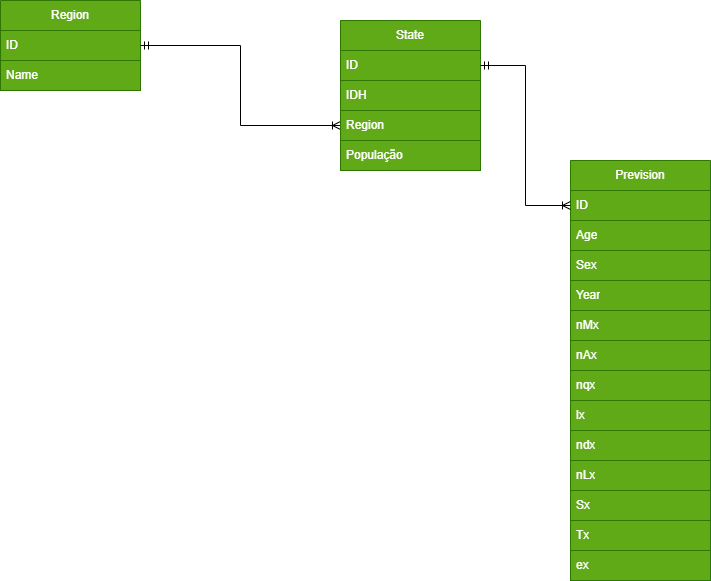
The draw.io diagram database/lifeProjection.drawio.png in JoaoGabrielPereiraLopes/LifeProjection, before a commit. Source tidied: cells renumbered, new cells last; positions are measured from the earlier drawing's top-left corner, leaving out a move shared by most shapes.
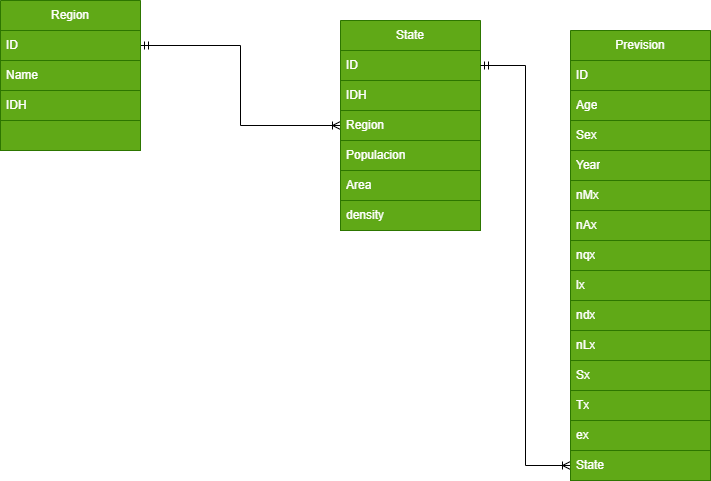
Above is the later version.

Change to the diagram source:
```diff
@@ -5,12 +5,6 @@
     <mxCell id="2" value="Region" style="swimlane;fontStyle=0;horizontal=1;startSize=30;whiteSpace=wrap;html=1;fillColor=#60a917;fontColor=#ffffff;strokeColor=#2D7600;" parent="1" vertex="1">
       <mxGeometry width="140" height="90" as="geometry" />
     </mxCell>
-    <mxCell id="3" value="ID" style="text;strokeColor=#2D7600;fillColor=#60a917;align=left;verticalAlign=middle;spacingLeft=4;spacingRight=4;overflow=hidden;points=[[0,0.5],[1,0.5]];portConstraint=eastwest;whiteSpace=wrap;html=1;fontColor=#ffffff;" parent="2" vertex="1">
-      <mxGeometry y="30" width="140" height="30" as="geometry" />
-    </mxCell>
-    <mxCell id="4" value="Name" style="text;strokeColor=#2D7600;fillColor=#60a917;align=left;verticalAlign=middle;spacingLeft=4;spacingRight=4;overflow=hidden;whiteSpace=wrap;html=1;fontColor=#ffffff;" parent="2" vertex="1">
-      <mxGeometry y="60" width="140" height="30" as="geometry" />
-    </mxCell>
     <mxCell id="5" style="edgeStyle=orthogonalEdgeStyle;rounded=0;jettySize=auto;html=1;exitX=1;exitY=0.5;exitDx=0;exitDy=0;entryX=0;entryY=0.5;entryDx=0;entryDy=0;startArrow=ERmandOne;startFill=0;endArrow=ERoneToMany;endFill=0;" parent="1" edge="1" source="3" target="9">
       <mxGeometry relative="1" as="geometry" />
     </mxCell>
@@ -29,53 +23,77 @@
     <mxCell id="10" value="IDH" style="text;strokeColor=#2D7600;fillColor=#60a917;align=left;verticalAlign=middle;spacingLeft=4;spacingRight=4;overflow=hidden;whiteSpace=wrap;html=1;fontColor=#ffffff;" parent="6" vertex="1">
       <mxGeometry y="60" width="140" height="30" as="geometry" />
     </mxCell>
-    <mxCell id="11" value="População" style="text;strokeColor=#2D7600;fillColor=#60a917;align=left;verticalAlign=middle;spacingLeft=4;spacingRight=4;overflow=hidden;whiteSpace=wrap;html=1;fontColor=#ffffff;" parent="1" vertex="1">
+    <mxCell id="11" value="Populacion" style="text;strokeColor=#2D7600;fillColor=#60a917;align=left;verticalAlign=middle;spacingLeft=4;spacingRight=4;overflow=hidden;whiteSpace=wrap;html=1;fontColor=#ffffff;" parent="1" vertex="1">
       <mxGeometry x="340" y="140" width="140" height="30" as="geometry" />
     </mxCell>
+    <mxCell id="3" value="ID" style="text;strokeColor=#2D7600;fillColor=#60a917;align=left;verticalAlign=middle;spacingLeft=4;spacingRight=4;overflow=hidden;points=[[0,0.5],[1,0.5]];portConstraint=eastwest;whiteSpace=wrap;html=1;fontColor=#ffffff;" parent="1" vertex="1">
+      <mxGeometry y="30" width="140" height="30" as="geometry" />
+    </mxCell>
+    <mxCell id="4" value="Name" style="text;strokeColor=#2D7600;fillColor=#60a917;align=left;verticalAlign=middle;spacingLeft=4;spacingRight=4;overflow=hidden;whiteSpace=wrap;html=1;fontColor=#ffffff;" parent="1" vertex="1">
+      <mxGeometry y="60" width="140" height="30" as="geometry" />
+    </mxCell>
+    <mxCell id="27" value="IDH" style="text;strokeColor=#2D7600;fillColor=#60a917;align=left;verticalAlign=middle;spacingLeft=4;spacingRight=4;overflow=hidden;whiteSpace=wrap;html=1;fontColor=#ffffff;" parent="1" vertex="1">
+      <mxGeometry y="90" width="140" height="30" as="geometry" />
+    </mxCell>
+    <mxCell id="28" style="text;strokeColor=#2D7600;fillColor=#60a917;align=left;verticalAlign=middle;spacingLeft=4;spacingRight=4;overflow=hidden;whiteSpace=wrap;html=1;fontColor=#ffffff;" parent="1" vertex="1">
+      <mxGeometry y="120" width="140" height="30" as="geometry" />
+    </mxCell>
+    <mxCell id="29" style="edgeStyle=orthogonalEdgeStyle;rounded=0;jettySize=auto;html=1;exitX=0;exitY=0.5;exitDx=0;exitDy=0;entryX=1;entryY=0.75;entryDx=0;entryDy=0;endArrow=ERmandOne;endFill=0;startArrow=ERoneToMany;startFill=0;" parent="1" edge="1" source="31" target="7">
+      <mxGeometry relative="1" as="geometry" />
+    </mxCell>
+    <mxCell id="30" style="group;" parent="1" vertex="1">
+      <mxGeometry x="570" y="30" width="140" height="450" as="geometry" />
+    </mxCell>
-    <mxCell id="12" value="Prevision" style="swimlane;fontStyle=0;horizontal=1;startSize=30;whiteSpace=wrap;html=1;fillColor=#60a917;fontColor=#ffffff;strokeColor=#2D7600;" parent="1" vertex="1">
-      <mxGeometry x="570" y="160" width="140" height="60" as="geometry" />
+    <mxCell id="12" value="Prevision" style="swimlane;fontStyle=0;horizontal=1;startSize=30;whiteSpace=wrap;html=1;fillColor=#60a917;fontColor=#ffffff;strokeColor=#2D7600;" parent="30" vertex="1">
+      <mxGeometry width="140" height="60" as="geometry" />
     </mxCell>
     <mxCell id="13" value="ID" style="text;strokeColor=#2D7600;fillColor=#60a917;align=left;verticalAlign=middle;spacingLeft=4;spacingRight=4;overflow=hidden;points=[[0,0.5],[1,0.5]];portConstraint=eastwest;whiteSpace=wrap;html=1;fontColor=#ffffff;" parent="12" vertex="1">
       <mxGeometry y="30" width="140" height="30" as="geometry" />
     </mxCell>
-    <mxCell id="14" style="edgeStyle=orthogonalEdgeStyle;rounded=0;jettySize=auto;html=1;exitX=1;exitY=0.5;exitDx=0;exitDy=0;entryX=0;entryY=0.5;entryDx=0;entryDy=0;startArrow=ERmandOne;startFill=0;endArrow=ERoneToMany;endFill=0;" parent="1" edge="1" source="8" target="13">
-      <mxGeometry relative="1" as="geometry" />
-    </mxCell>
-    <mxCell id="15" value="Age" style="text;strokeColor=#2D7600;fillColor=#60a917;align=left;verticalAlign=middle;spacingLeft=4;spacingRight=4;overflow=hidden;whiteSpace=wrap;html=1;fontColor=#ffffff;" parent="1" vertex="1">
-      <mxGeometry x="570" y="220" width="140" height="30" as="geometry" />
+    <mxCell id="15" value="Age" style="text;strokeColor=#2D7600;fillColor=#60a917;align=left;verticalAlign=middle;spacingLeft=4;spacingRight=4;overflow=hidden;whiteSpace=wrap;html=1;fontColor=#ffffff;" parent="30" vertex="1">
+      <mxGeometry y="60" width="140" height="30" as="geometry" />
     </mxCell>
-    <mxCell id="16" value="Sex" style="text;strokeColor=#2D7600;fillColor=#60a917;align=left;verticalAlign=middle;spacingLeft=4;spacingRight=4;overflow=hidden;whiteSpace=wrap;html=1;fontColor=#ffffff;" parent="1" vertex="1">
-      <mxGeometry x="570" y="250" width="140" height="30" as="geometry" />
+    <mxCell id="16" value="Sex" style="text;strokeColor=#2D7600;fillColor=#60a917;align=left;verticalAlign=middle;spacingLeft=4;spacingRight=4;overflow=hidden;whiteSpace=wrap;html=1;fontColor=#ffffff;" parent="30" vertex="1">
+      <mxGeometry y="90" width="140" height="30" as="geometry" />
     </mxCell>
-    <mxCell id="17" value="Year" style="text;strokeColor=#2D7600;fillColor=#60a917;align=left;verticalAlign=middle;spacingLeft=4;spacingRight=4;overflow=hidden;whiteSpace=wrap;html=1;fontColor=#ffffff;" parent="1" vertex="1">
-      <mxGeometry x="570" y="280" width="140" height="30" as="geometry" />
+    <mxCell id="17" value="Year" style="text;strokeColor=#2D7600;fillColor=#60a917;align=left;verticalAlign=middle;spacingLeft=4;spacingRight=4;overflow=hidden;whiteSpace=wrap;html=1;fontColor=#ffffff;" parent="30" vertex="1">
+      <mxGeometry y="120" width="140" height="30" as="geometry" />
     </mxCell>
-    <mxCell id="18" value="nMx" style="text;strokeColor=#2D7600;fillColor=#60a917;align=left;verticalAlign=middle;spacingLeft=4;spacingRight=4;overflow=hidden;whiteSpace=wrap;html=1;fontColor=#ffffff;" parent="1" vertex="1">
-      <mxGeometry x="570" y="310" width="140" height="30" as="geometry" />
+    <mxCell id="18" value="nMx" style="text;strokeColor=#2D7600;fillColor=#60a917;align=left;verticalAlign=middle;spacingLeft=4;spacingRight=4;overflow=hidden;whiteSpace=wrap;html=1;fontColor=#ffffff;" parent="30" vertex="1">
+      <mxGeometry y="150" width="140" height="30" as="geometry" />
     </mxCell>
-    <mxCell id="19" value="nAx" style="text;strokeColor=#2D7600;fillColor=#60a917;align=left;verticalAlign=middle;spacingLeft=4;spacingRight=4;overflow=hidden;whiteSpace=wrap;html=1;fontColor=#ffffff;" parent="1" vertex="1">
-      <mxGeometry x="570" y="340" width="140" height="30" as="geometry" />
+    <mxCell id="19" value="nAx" style="text;strokeColor=#2D7600;fillColor=#60a917;align=left;verticalAlign=middle;spacingLeft=4;spacingRight=4;overflow=hidden;whiteSpace=wrap;html=1;fontColor=#ffffff;" parent="30" vertex="1">
+      <mxGeometry y="180" width="140" height="30" as="geometry" />
     </mxCell>
-    <mxCell id="20" value="nqx" style="text;strokeColor=#2D7600;fillColor=#60a917;align=left;verticalAlign=middle;spacingLeft=4;spacingRight=4;overflow=hidden;whiteSpace=wrap;html=1;fontColor=#ffffff;" parent="1" vertex="1">
-      <mxGeometry x="570" y="370" width="140" height="30" as="geometry" />
+    <mxCell id="20" value="nqx" style="text;strokeColor=#2D7600;fillColor=#60a917;align=left;verticalAlign=middle;spacingLeft=4;spacingRight=4;overflow=hidden;whiteSpace=wrap;html=1;fontColor=#ffffff;" parent="30" vertex="1">
+      <mxGeometry y="210" width="140" height="30" as="geometry" />
     </mxCell>
-    <mxCell id="21" value="lx" style="text;strokeColor=#2D7600;fillColor=#60a917;align=left;verticalAlign=middle;spacingLeft=4;spacingRight=4;overflow=hidden;whiteSpace=wrap;html=1;fontColor=#ffffff;" parent="1" vertex="1">
-      <mxGeometry x="570" y="400" width="140" height="30" as="geometry" />
+    <mxCell id="21" value="lx" style="text;strokeColor=#2D7600;fillColor=#60a917;align=left;verticalAlign=middle;spacingLeft=4;spacingRight=4;overflow=hidden;whiteSpace=wrap;html=1;fontColor=#ffffff;" parent="30" vertex="1">
+      <mxGeometry y="240" width="140" height="30" as="geometry" />
     </mxCell>
-    <mxCell id="22" value="ndx" style="text;strokeColor=#2D7600;fillColor=#60a917;align=left;verticalAlign=middle;spacingLeft=4;spacingRight=4;overflow=hidden;whiteSpace=wrap;html=1;fontColor=#ffffff;" parent="1" vertex="1">
-      <mxGeometry x="570" y="430" width="140" height="30" as="geometry" />
+    <mxCell id="22" value="ndx" style="text;strokeColor=#2D7600;fillColor=#60a917;align=left;verticalAlign=middle;spacingLeft=4;spacingRight=4;overflow=hidden;whiteSpace=wrap;html=1;fontColor=#ffffff;" parent="30" vertex="1">
+      <mxGeometry y="270" width="140" height="30" as="geometry" />
     </mxCell>
-    <mxCell id="23" value="Sx" style="text;strokeColor=#2D7600;fillColor=#60a917;align=left;verticalAlign=middle;spacingLeft=4;spacingRight=4;overflow=hidden;whiteSpace=wrap;html=1;fontColor=#ffffff;" parent="1" vertex="1">
-      <mxGeometry x="570" y="490" width="140" height="30" as="geometry" />
+    <mxCell id="23" value="Sx" style="text;strokeColor=#2D7600;fillColor=#60a917;align=left;verticalAlign=middle;spacingLeft=4;spacingRight=4;overflow=hidden;whiteSpace=wrap;html=1;fontColor=#ffffff;" parent="30" vertex="1">
+      <mxGeometry y="330" width="140" height="30" as="geometry" />
     </mxCell>
-    <mxCell id="24" value="nLx" style="text;strokeColor=#2D7600;fillColor=#60a917;align=left;verticalAlign=middle;spacingLeft=4;spacingRight=4;overflow=hidden;whiteSpace=wrap;html=1;fontColor=#ffffff;" parent="1" vertex="1">
-      <mxGeometry x="570" y="460" width="140" height="30" as="geometry" />
+    <mxCell id="24" value="nLx" style="text;strokeColor=#2D7600;fillColor=#60a917;align=left;verticalAlign=middle;spacingLeft=4;spacingRight=4;overflow=hidden;whiteSpace=wrap;html=1;fontColor=#ffffff;" parent="30" vertex="1">
+      <mxGeometry y="300" width="140" height="30" as="geometry" />
     </mxCell>
-    <mxCell id="25" value="Tx" style="text;strokeColor=#2D7600;fillColor=#60a917;align=left;verticalAlign=middle;spacingLeft=4;spacingRight=4;overflow=hidden;whiteSpace=wrap;html=1;fontColor=#ffffff;" parent="1" vertex="1">
-      <mxGeometry x="570" y="520" width="140" height="30" as="geometry" />
+    <mxCell id="25" value="Tx" style="text;strokeColor=#2D7600;fillColor=#60a917;align=left;verticalAlign=middle;spacingLeft=4;spacingRight=4;overflow=hidden;whiteSpace=wrap;html=1;fontColor=#ffffff;" parent="30" vertex="1">
+      <mxGeometry y="360" width="140" height="30" as="geometry" />
     </mxCell>
-    <mxCell id="26" value="e&lt;span style=&quot;background-color: transparent; color: light-dark(rgb(255, 255, 255), rgb(18, 18, 18));&quot;&gt;x&lt;/span&gt;" style="text;strokeColor=#2D7600;fillColor=#60a917;align=left;verticalAlign=middle;spacingLeft=4;spacingRight=4;overflow=hidden;whiteSpace=wrap;html=1;fontColor=#ffffff;" parent="1" vertex="1">
-      <mxGeometry x="570" y="550" width="140" height="30" as="geometry" />
+    <mxCell id="26" value="e&lt;span style=&quot;background-color: transparent; color: light-dark(rgb(255, 255, 255), rgb(18, 18, 18));&quot;&gt;x&lt;/span&gt;" style="text;strokeColor=#2D7600;fillColor=#60a917;align=left;verticalAlign=middle;spacingLeft=4;spacingRight=4;overflow=hidden;whiteSpace=wrap;html=1;fontColor=#ffffff;" parent="30" vertex="1">
+      <mxGeometry y="390" width="140" height="30" as="geometry" />
     </mxCell>
+    <mxCell id="31" value="S&lt;span style=&quot;background-color: transparent; color: light-dark(rgb(255, 255, 255), rgb(18, 18, 18));&quot;&gt;tate&lt;/span&gt;" style="text;strokeColor=#2D7600;fillColor=#60a917;align=left;verticalAlign=middle;spacingLeft=4;spacingRight=4;overflow=hidden;points=[[0,0.5],[1,0.5]];portConstraint=eastwest;whiteSpace=wrap;html=1;fontColor=#ffffff;" parent="30" vertex="1">
+      <mxGeometry y="420" width="140" height="30" as="geometry" />
+    </mxCell>
+    <mxCell id="32" value="Area" style="text;strokeColor=#2D7600;fillColor=#60a917;align=left;verticalAlign=middle;spacingLeft=4;spacingRight=4;overflow=hidden;whiteSpace=wrap;html=1;fontColor=#ffffff;" parent="1" vertex="1">
+      <mxGeometry x="340" y="170" width="140" height="30" as="geometry" />
+    </mxCell>
+    <mxCell id="33" value="density" style="text;strokeColor=#2D7600;fillColor=#60a917;align=left;verticalAlign=middle;spacingLeft=4;spacingRight=4;overflow=hidden;whiteSpace=wrap;html=1;fontColor=#ffffff;" parent="1" vertex="1">
+      <mxGeometry x="340" y="200" width="140" height="30" as="geometry" />
+    </mxCell>
   </root>
 </mxGraphModel>
```
